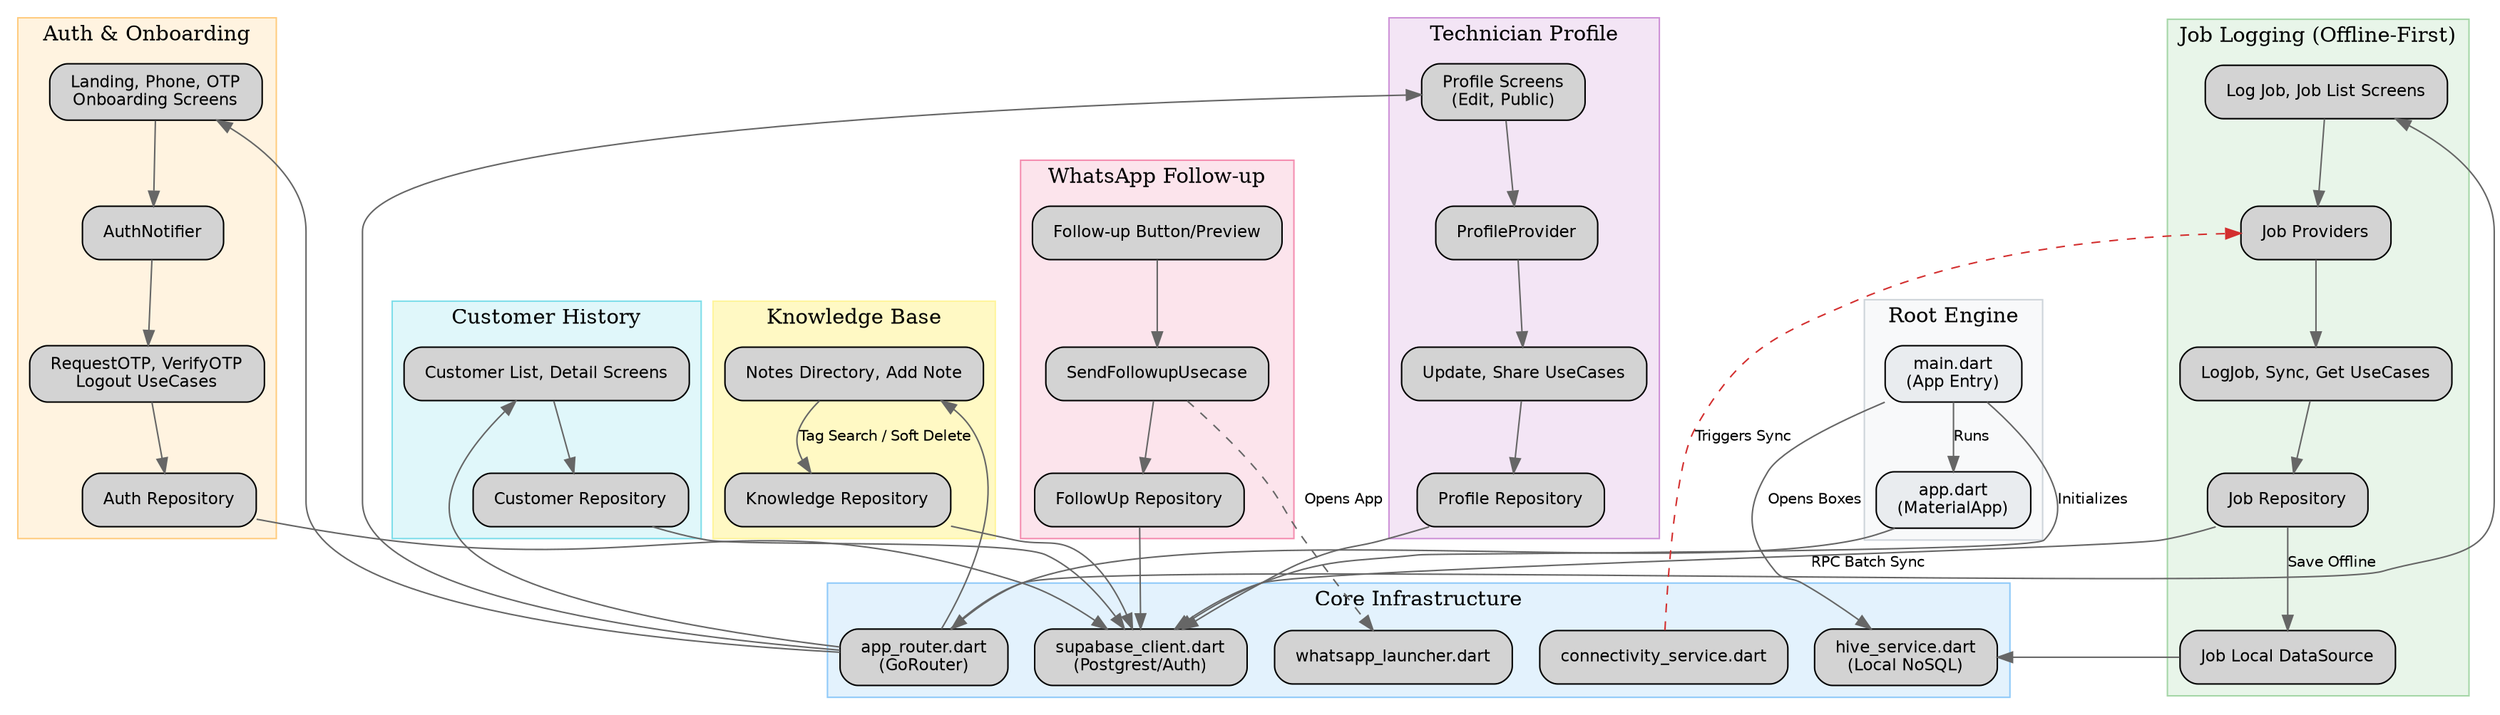
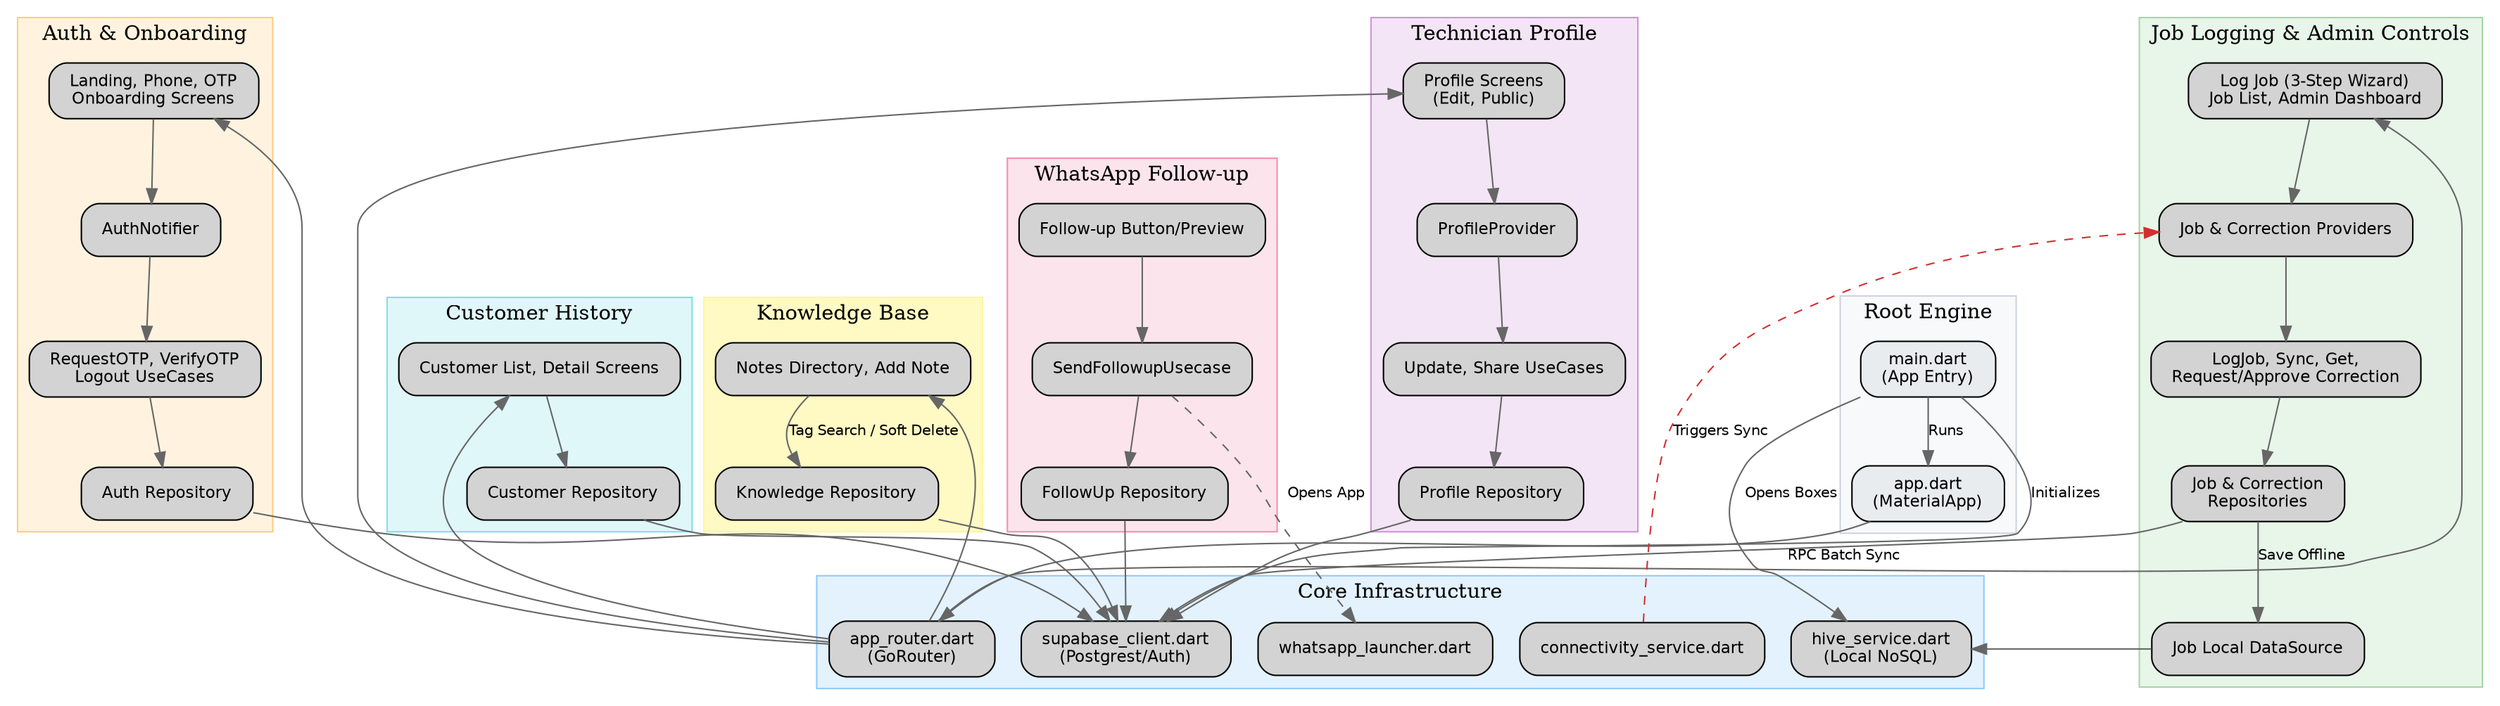
digraph KeystoneArchitecture {
    // Global Configuration
    rankdir=TB;
    node [shape=box, style="rounded,filled", fontname="Helvetica", fontsize=11, margin="0.2,0.1"];
    edge [fontname="Helvetica", fontsize=10, color="#666666"];

    // 1. ROOT ENGINE
    subgraph cluster_root {
        label="Root Engine";
        style=filled; fillcolor="#f8f9fa"; color="#ced4da";
        main [label="main.dart\n(App Entry)", fillcolor="#e9ecef"];
        app [label="app.dart\n(MaterialApp)", fillcolor="#e9ecef"];
        main -> app [label="Runs"];
    }

    // 2. CORE SERVICES
    subgraph cluster_core {
        label="Core Infrastructure";
        style=filled; fillcolor="#e3f2fd"; color="#90caf9";
        router [label="app_router.dart\n(GoRouter)"];
        supabase [label="supabase_client.dart\n(Postgrest/Auth)"];
        hive [label="hive_service.dart\n(Local NoSQL)"];
        connectivity [label="connectivity_service.dart"];
        wa_launcher [label="whatsapp_launcher.dart"];
    }

    main -> supabase [label="Initializes"];
    main -> hive [label="Opens Boxes"];
    app -> router;

    // 3. FEATURE: AUTHENTICATION
    subgraph cluster_auth {
        label="Auth & Onboarding";
        style=filled; fillcolor="#fff3e0"; color="#ffcc80";
        auth_ui [label="Landing, Phone, OTP\nOnboarding Screens"];
        auth_prov [label="AuthNotifier"];
        auth_uc [label="RequestOTP, VerifyOTP\nLogout UseCases"];
        auth_repo [label="Auth Repository"];
        auth_ui -> auth_prov -> auth_uc -> auth_repo;
    }

    // 4. FEATURE: TECHNICIAN PROFILE
    subgraph cluster_profile {
        label="Technician Profile";
        style=filled; fillcolor="#f3e5f5"; color="#ce93d8";
        prof_ui [label="Profile Screens\n(Edit, Public)"];
        prof_prov [label="ProfileProvider"];
        prof_uc [label="Update, Share UseCases"];
        prof_repo [label="Profile Repository"];
        prof_ui -> prof_prov -> prof_uc -> prof_repo;
    }

    // 5. FEATURE: JOB LOGGING
    subgraph cluster_jobs {
-         label="Job Logging (Offline-First)";
+         label="Job Logging & Admin Controls";
        style=filled; fillcolor="#e8f5e9"; color="#a5d6a7";
-         job_ui [label="Log Job, Job List Screens"];
-         job_prov [label="Job Providers"];
-         job_uc [label="LogJob, Sync, Get UseCases"];
-         job_repo [label="Job Repository"];
+         job_ui [label="Log Job (3-Step Wizard)\nJob List, Admin Dashboard"];
+         job_prov [label="Job & Correction Providers"];
+         job_uc [label="LogJob, Sync, Get,\nRequest/Approve Correction"];
+         job_repo [label="Job & Correction\nRepositories"];
        job_local [label="Job Local DataSource"];
        job_ui -> job_prov -> job_uc -> job_repo;
        job_repo -> job_local [label="Save Offline"];
    }

    // 6. FEATURE: CUSTOMER HISTORY
    subgraph cluster_crm {
        label="Customer History";
        style=filled; fillcolor="#e0f7fa"; color="#80deea";
        crm_ui [label="Customer List, Detail Screens"];
        crm_repo [label="Customer Repository"];
        crm_ui -> crm_repo;
    }

    // 7. FEATURE: KNOWLEDGE BASE
    subgraph cluster_notes {
        label="Knowledge Base";
        style=filled; fillcolor="#fff9c4"; color="#fff59d";
        note_ui [label="Notes Directory, Add Note"];
        note_repo [label="Knowledge Repository"];
        note_ui -> note_repo [label="Tag Search / Soft Delete"];
    }

    // 8. FEATURE: WHATSAPP FOLLOW-UP
    subgraph cluster_followup {
        label="WhatsApp Follow-up";
        style=filled; fillcolor="#fce4ec"; color="#f48fb1";
        wa_ui [label="Follow-up Button/Preview"];
        wa_uc [label="SendFollowupUsecase"];
        wa_repo [label="FollowUp Repository"];
        wa_ui -> wa_uc -> wa_repo;
    }

    // DATA LAYER CONNECTIONS
    auth_repo -> supabase;
    prof_repo -> supabase;
    job_repo -> supabase [label="RPC Batch Sync"];
    crm_repo -> supabase;
    note_repo -> supabase;
    wa_repo -> supabase;
    job_local -> hive;

    // UTILITY CONNECTIONS
    router -> auth_ui;
    router -> job_ui;
    router -> crm_ui;
    router -> prof_ui;
    router -> note_ui;

    connectivity -> job_prov [label="Triggers Sync", style=dashed, color="#d32f2f"];
    wa_uc -> wa_launcher [label="Opens App", style=dashed];
}
